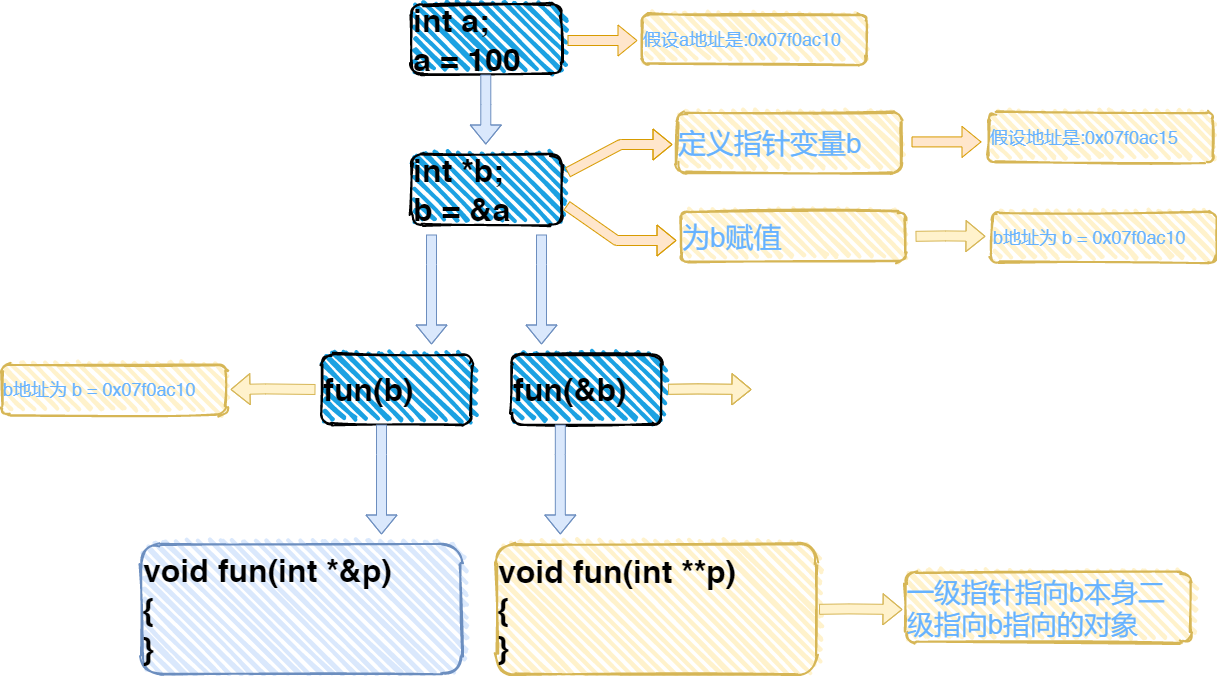
The draw.io diagram 指针.png in gitbilihub/hexo, before a commit. Source tidied: cells renumbered, new cells last; positions are measured from the earlier drawing's top-left corner, leaving out a move shared by most shapes.
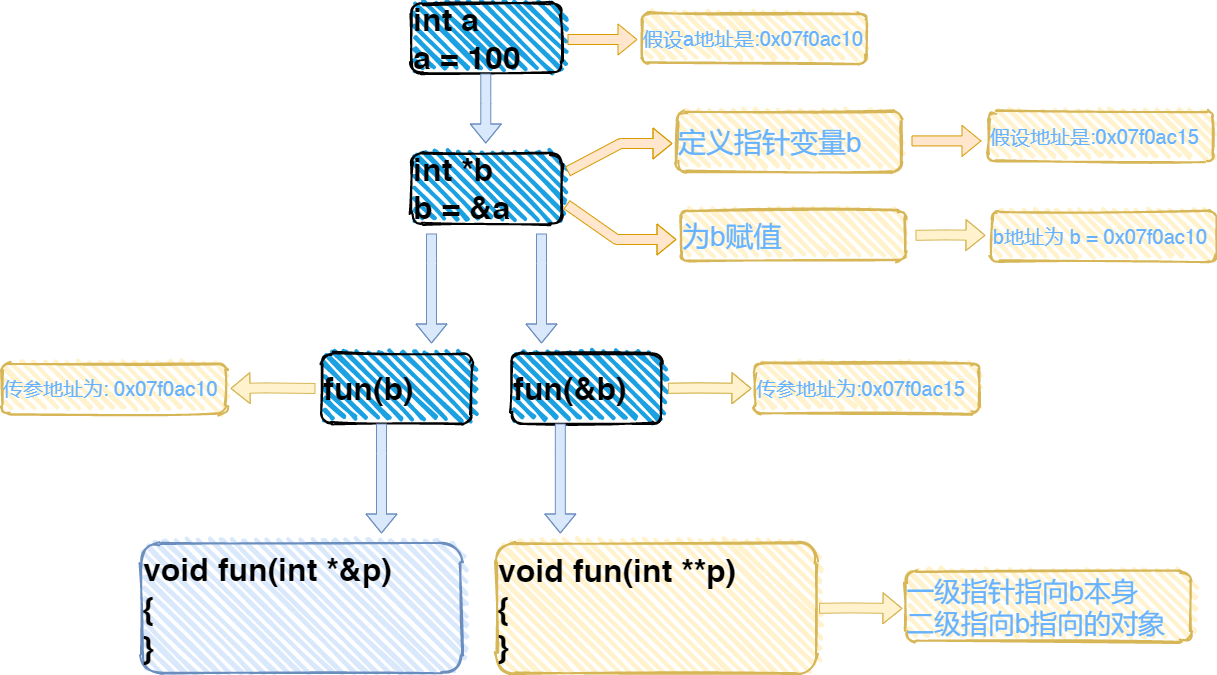
After the change.

Change to the diagram source:
```diff
@@ -2,10 +2,10 @@
   <root>
     <mxCell id="0" />
     <mxCell id="1" parent="0" />
-    <mxCell id="2" value="&lt;span style=&quot;font-size: 32px&quot;&gt;&lt;b&gt;int a;&lt;br&gt;a = 100&lt;br&gt;&lt;/b&gt;&lt;/span&gt;" style="rounded=1;whiteSpace=wrap;html=1;strokeWidth=2;fillWeight=4;hachureGap=8;hachureAngle=45;fillColor=#1ba1e2;sketch=1;align=left;" parent="1" vertex="1">
+    <mxCell id="2" value="&lt;b style=&quot;font-size: 32px&quot;&gt;int a&lt;br&gt;a = 100&lt;/b&gt;&lt;span style=&quot;font-size: 32px&quot;&gt;&lt;b&gt;&lt;br&gt;&lt;/b&gt;&lt;/span&gt;" style="rounded=1;whiteSpace=wrap;html=1;strokeWidth=2;fillWeight=4;hachureGap=8;hachureAngle=45;fillColor=#1ba1e2;sketch=1;align=left;" parent="1" vertex="1">
       <mxGeometry x="410" width="150" height="70" as="geometry" />
     </mxCell>
-    <mxCell id="3" value="&lt;span style=&quot;font-size: 32px&quot;&gt;&lt;b&gt;int *b;&lt;br&gt;b = &amp;amp;a&lt;br&gt;&lt;/b&gt;&lt;/span&gt;" style="rounded=1;whiteSpace=wrap;html=1;strokeWidth=2;fillWeight=4;hachureGap=8;hachureAngle=45;fillColor=#1ba1e2;sketch=1;align=left;" parent="1" vertex="1">
+    <mxCell id="3" value="&lt;b style=&quot;font-size: 32px&quot;&gt;int *b&lt;br&gt;b = &amp;amp;a&lt;/b&gt;&lt;span style=&quot;font-size: 32px&quot;&gt;&lt;b&gt;&lt;br&gt;&lt;/b&gt;&lt;/span&gt;" style="rounded=1;whiteSpace=wrap;html=1;strokeWidth=2;fillWeight=4;hachureGap=8;hachureAngle=45;fillColor=#1ba1e2;sketch=1;align=left;" parent="1" vertex="1">
       <mxGeometry x="410" y="150" width="150" height="70" as="geometry" />
     </mxCell>
     <mxCell id="4" value="&lt;span style=&quot;font-size: 32px&quot;&gt;&lt;b&gt;fun(b)&lt;br&gt;&lt;/b&gt;&lt;/span&gt;" style="rounded=1;whiteSpace=wrap;html=1;strokeWidth=2;fillWeight=4;hachureGap=8;hachureAngle=45;fillColor=#1ba1e2;sketch=1;align=left;" parent="1" vertex="1">
@@ -35,13 +35,13 @@
         </Array>
       </mxGeometry>
     </mxCell>
-    <mxCell id="9" value="&lt;span style=&quot;color: rgb(102 , 178 , 255) ; font-size: 18px&quot;&gt;假设地址是:0x07f0ac15&lt;/span&gt;" style="rounded=1;whiteSpace=wrap;html=1;strokeWidth=2;fillWeight=4;hachureGap=8;hachureAngle=45;fillColor=#fff2cc;sketch=1;align=left;strokeColor=#d6b656;" parent="1" vertex="1">
+    <mxCell id="9" value="&lt;span style=&quot;color: rgb(102 , 178 , 255)&quot;&gt;&lt;font style=&quot;font-size: 20px&quot;&gt;假设地址是:0x07f0ac15&lt;/font&gt;&lt;/span&gt;" style="rounded=1;whiteSpace=wrap;html=1;strokeWidth=2;fillWeight=4;hachureGap=8;hachureAngle=45;fillColor=#fff2cc;sketch=1;align=left;strokeColor=#d6b656;" parent="1" vertex="1">
       <mxGeometry x="987" y="108" width="225" height="50" as="geometry" />
     </mxCell>
-    <mxCell id="10" value="&lt;font color=&quot;#66b2ff&quot;&gt;&lt;span style=&quot;font-size: 18px&quot;&gt;b地址为 b =&amp;nbsp;&lt;/span&gt;&lt;/font&gt;&lt;span style=&quot;color: rgb(102 , 178 , 255) ; font-size: 18px&quot;&gt;0x07f0ac10&lt;/span&gt;" style="rounded=1;whiteSpace=wrap;html=1;strokeWidth=2;fillWeight=4;hachureGap=8;hachureAngle=45;fillColor=#fff2cc;sketch=1;align=left;strokeColor=#d6b656;" parent="1" vertex="1">
+    <mxCell id="10" value="&lt;font style=&quot;font-size: 20px&quot;&gt;&lt;font color=&quot;#66b2ff&quot; style=&quot;font-size: 20px&quot;&gt;b地址为 b =&amp;nbsp;&lt;/font&gt;&lt;span style=&quot;color: rgb(102 , 178 , 255)&quot;&gt;0x07f0ac10&lt;/span&gt;&lt;/font&gt;" style="rounded=1;whiteSpace=wrap;html=1;strokeWidth=2;fillWeight=4;hachureGap=8;hachureAngle=45;fillColor=#fff2cc;sketch=1;align=left;strokeColor=#d6b656;" parent="1" vertex="1">
       <mxGeometry x="990" y="208" width="225" height="50" as="geometry" />
     </mxCell>
-    <mxCell id="11" value="&lt;span style=&quot;color: rgb(102 , 178 , 255) ; font-size: 18px&quot;&gt;假设a地址是:0x07f0ac10&lt;/span&gt;" style="rounded=1;whiteSpace=wrap;html=1;strokeWidth=2;fillWeight=4;hachureGap=8;hachureAngle=45;fillColor=#fff2cc;sketch=1;align=left;strokeColor=#d6b656;" parent="1" vertex="1">
+    <mxCell id="11" value="&lt;span style=&quot;color: rgb(102 , 178 , 255)&quot;&gt;&lt;font style=&quot;font-size: 20px&quot;&gt;假设a地址是:0x07f0ac10&lt;/font&gt;&lt;/span&gt;" style="rounded=1;whiteSpace=wrap;html=1;strokeWidth=2;fillWeight=4;hachureGap=8;hachureAngle=45;fillColor=#fff2cc;sketch=1;align=left;strokeColor=#d6b656;" parent="1" vertex="1">
       <mxGeometry x="640" y="10" width="225" height="50" as="geometry" />
     </mxCell>
     <mxCell id="12" value="&lt;span style=&quot;font-size: 32px&quot;&gt;&lt;b&gt;fun(&amp;amp;b)&lt;br&gt;&lt;/b&gt;&lt;/span&gt;" style="rounded=1;whiteSpace=wrap;html=1;strokeWidth=2;fillWeight=4;hachureGap=8;hachureAngle=45;fillColor=#1ba1e2;sketch=1;align=left;" parent="1" vertex="1">
@@ -107,7 +107,7 @@
         <mxPoint x="636" y="36" as="targetPoint" />
       </mxGeometry>
     </mxCell>
-    <mxCell id="21" value="&lt;font color=&quot;#66b2ff&quot; style=&quot;font-size: 27px&quot;&gt;一级指针指向b本身二级指向b指向的对象&lt;/font&gt;" style="rounded=1;whiteSpace=wrap;html=1;strokeWidth=2;fillWeight=4;hachureGap=8;hachureAngle=45;fillColor=#fff2cc;sketch=1;align=left;strokeColor=#d6b656;" parent="1" vertex="1">
+    <mxCell id="21" value="&lt;span style=&quot;color: rgb(102 , 178 , 255) ; font-size: 27px&quot;&gt;一级指针指向b本身&lt;br&gt;二级指向b指向的对象&lt;/span&gt;" style="rounded=1;whiteSpace=wrap;html=1;strokeWidth=2;fillWeight=4;hachureGap=8;hachureAngle=45;fillColor=#fff2cc;sketch=1;align=left;strokeColor=#d6b656;" parent="1" vertex="1">
       <mxGeometry x="904" y="568" width="286" height="70" as="geometry" />
     </mxCell>
     <mxCell id="22" value="&lt;font color=&quot;#66b2ff&quot; style=&quot;font-size: 28px&quot;&gt;为b赋值&lt;/font&gt;" style="rounded=1;whiteSpace=wrap;html=1;strokeWidth=2;fillWeight=4;hachureGap=8;hachureAngle=45;fillColor=#fff2cc;sketch=1;align=left;strokeColor=#d6b656;" parent="1" vertex="1">
@@ -131,7 +131,7 @@
         </Array>
       </mxGeometry>
     </mxCell>
-    <mxCell id="25" value="&lt;font color=&quot;#66b2ff&quot;&gt;&lt;span style=&quot;font-size: 18px&quot;&gt;b地址为 b =&amp;nbsp;&lt;/span&gt;&lt;/font&gt;&lt;span style=&quot;color: rgb(102 , 178 , 255) ; font-size: 18px&quot;&gt;0x07f0ac10&lt;/span&gt;" style="rounded=1;whiteSpace=wrap;html=1;strokeWidth=2;fillWeight=4;hachureGap=8;hachureAngle=45;fillColor=#fff2cc;sketch=1;align=left;strokeColor=#d6b656;" parent="1" vertex="1">
+    <mxCell id="25" value="&lt;font style=&quot;font-size: 20px&quot;&gt;&lt;font color=&quot;#66b2ff&quot; style=&quot;font-size: 20px&quot;&gt;传参地址为:&amp;nbsp;&lt;/font&gt;&lt;span style=&quot;color: rgb(102 , 178 , 255)&quot;&gt;0x07f0ac10&lt;/span&gt;&lt;/font&gt;" style="rounded=1;whiteSpace=wrap;html=1;strokeWidth=2;fillWeight=4;hachureGap=8;hachureAngle=45;fillColor=#fff2cc;sketch=1;align=left;strokeColor=#d6b656;" parent="1" vertex="1">
       <mxGeometry y="360" width="225" height="50" as="geometry" />
     </mxCell>
     <mxCell id="26" style="shape=flexArrow;endArrow=classic;html=1;fillColor=#fff2cc;strokeColor=#d6b656;entryX=1;entryY=0.5;entryDx=0;entryDy=0;" parent="1" edge="1">
@@ -161,5 +161,8 @@
         </Array>
       </mxGeometry>
     </mxCell>
+    <mxCell id="29" value="&lt;span style=&quot;color: rgb(102 , 178 , 255)&quot;&gt;&lt;font style=&quot;font-size: 20px&quot;&gt;传参地址为:0x07f0ac15&lt;/font&gt;&lt;/span&gt;" style="rounded=1;whiteSpace=wrap;html=1;strokeWidth=2;fillWeight=4;hachureGap=8;hachureAngle=45;fillColor=#fff2cc;sketch=1;align=left;strokeColor=#d6b656;" parent="1" vertex="1">
+      <mxGeometry x="753" y="360" width="225" height="50" as="geometry" />
+    </mxCell>
   </root>
 </mxGraphModel>
```
